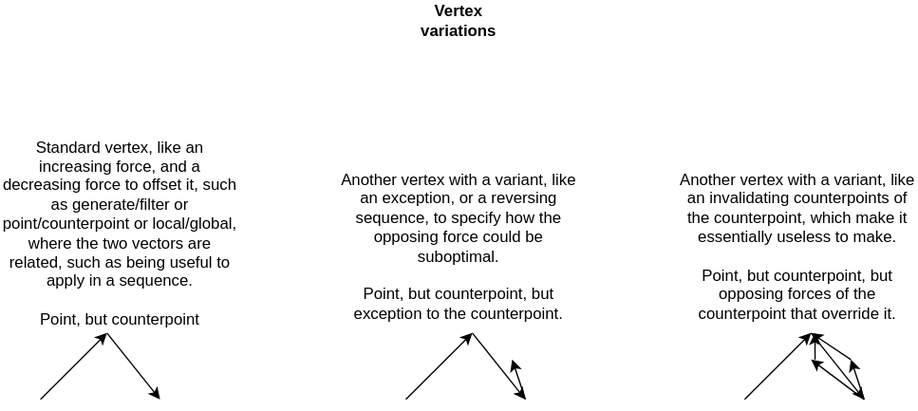
This is docs/objects/vertex_variations.drawio.svg from outdreamer/build-a-cure, a draw.io export, as it was before one commit. Source tidied: cells renumbered, new cells last; positions are measured from the earlier drawing's top-left corner, leaving out a move shared by most shapes.
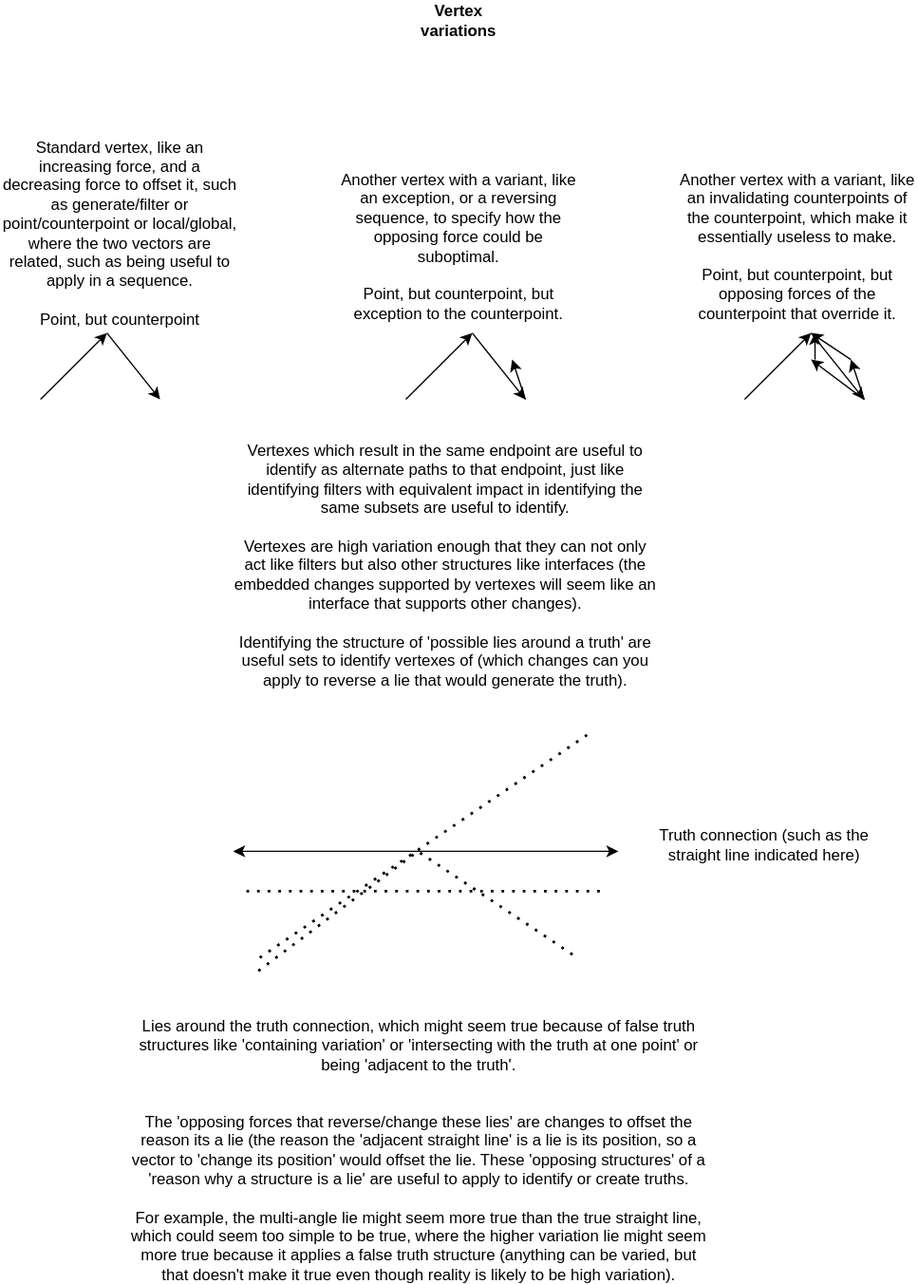
After the change.

Change to the diagram source:
```diff
@@ -80,5 +80,41 @@
         <mxPoint x="610" y="250" as="targetPoint" />
       </mxGeometry>
     </mxCell>
+    <mxCell id="17" value="Vertexes which result in the same endpoint are useful to identify as alternate paths to that endpoint, just like identifying filters with equivalent impact in identifying the same subsets are useful to identify.&lt;br&gt;&lt;br&gt;Vertexes are high variation enough that they can not only act like filters but also other structures like interfaces (the embedded changes supported by vertexes will seem like an interface that supports other changes).&lt;br&gt;&lt;br&gt;Identifying the structure of 'possible lies around a truth' are useful sets to identify vertexes of (which changes can you apply to reverse a lie that would generate the truth)." style="text;html=1;strokeColor=none;fillColor=none;align=center;verticalAlign=middle;whiteSpace=wrap;rounded=0;" parent="1" vertex="1">
+      <mxGeometry x="175" y="410" width="320" height="30" as="geometry" />
+    </mxCell>
+    <mxCell id="18" style="endArrow=classic;startArrow=classic;html=1;rounded=0;" parent="1" edge="1">
+      <mxGeometry relative="1" as="geometry">
+        <mxPoint x="175" y="640" as="sourcePoint" />
+        <mxPoint x="465" y="640" as="targetPoint" />
+      </mxGeometry>
+    </mxCell>
+    <mxCell id="19" value="Truth connection (such as the straight line indicated here)" style="text;html=1;strokeColor=none;fillColor=none;align=center;verticalAlign=middle;whiteSpace=wrap;rounded=0;" parent="1" vertex="1">
+      <mxGeometry x="475" y="620" width="200" height="30" as="geometry" />
+    </mxCell>
+    <mxCell id="20" style="endArrow=none;dashed=1;html=1;dashPattern=1 3;strokeWidth=2;rounded=0;" parent="1" edge="1">
+      <mxGeometry relative="1" as="geometry">
+        <mxPoint x="195" y="720" as="sourcePoint" />
+        <mxPoint x="445" y="550" as="targetPoint" />
+      </mxGeometry>
+    </mxCell>
+    <mxCell id="21" style="endArrow=none;dashed=1;html=1;dashPattern=1 3;strokeWidth=2;rounded=0;" parent="1" edge="1">
+      <mxGeometry relative="1" as="geometry">
+        <mxPoint x="194" y="730" as="sourcePoint" />
+        <mxPoint x="434" y="720" as="targetPoint" />
+        <Array as="points">
+          <mxPoint x="314" y="640" />
+        </Array>
+      </mxGeometry>
+    </mxCell>
+    <mxCell id="22" value="Lies around the truth connection, which might seem true because of false truth structures like 'containing variation' or 'intersecting with the truth at one point' or being 'adjacent to the truth'.&lt;br&gt;&lt;br&gt;&lt;br&gt;The 'opposing forces that reverse/change these lies' are changes to offset the reason its a lie (the reason the 'adjacent straight line' is a lie is its position, so a vector to 'change its position' would offset the lie. These 'opposing structures' of a 'reason why a structure is a lie' are useful to apply to identify or create truths.&lt;br&gt;&lt;br&gt;For example, the multi-angle lie might seem more true than the true straight line, which could seem too simple to be true, where the higher variation lie might seem more true because it applies a false truth structure (anything can be varied, but that doesn't make it true even though reality is likely to be high variation)." style="text;html=1;strokeColor=none;fillColor=none;align=center;verticalAlign=middle;whiteSpace=wrap;rounded=0;" parent="1" vertex="1">
+      <mxGeometry x="95" y="850" width="440" height="30" as="geometry" />
+    </mxCell>
+    <mxCell id="23" style="endArrow=none;dashed=1;html=1;dashPattern=1 3;strokeWidth=2;rounded=0;" parent="1" edge="1">
+      <mxGeometry relative="1" as="geometry">
+        <mxPoint x="185" y="670" as="sourcePoint" />
+        <mxPoint x="455" y="670" as="targetPoint" />
+      </mxGeometry>
+    </mxCell>
   </root>
 </mxGraphModel>
```
